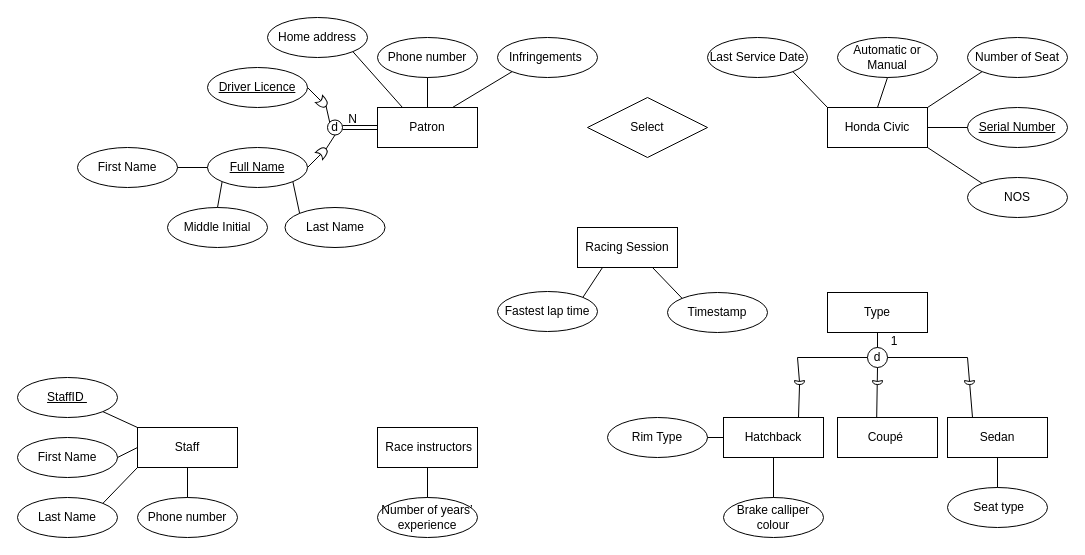
The draw.io diagram page "Page-3" (3 of 3) of Untitled Diagram.drawio in harry-sunhao/52pojie, before the edit. Source tidied: cells renumbered, new cells numbered last; positions are measured from the earlier drawing's top-left corner, leaving out a move shared by most shapes. Both pictures are drawn from the tidied source at 100%, with x=0, y=0 at pixel (17, 17).
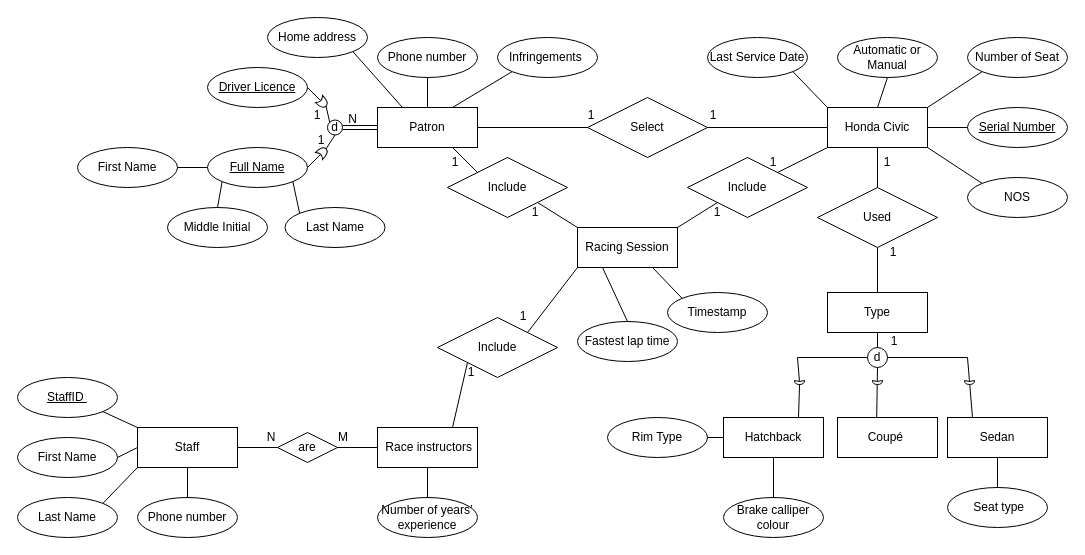
The same page after the edit.

Unchanged cells that the change refers to:
```xml
<mxCell id="2" value="Patron" style="whiteSpace=wrap;html=1;align=center;" parent="1" vertex="1">
  <mxGeometry x="360" y="90" width="100" height="40" as="geometry" />
</mxCell>
<mxCell id="20" value="Honda Civic" style="whiteSpace=wrap;html=1;align=center;" parent="1" vertex="1">
  <mxGeometry x="810" y="90" width="100" height="40" as="geometry" />
</mxCell>
<mxCell id="31" value="Type" style="whiteSpace=wrap;html=1;align=center;" parent="1" vertex="1">
  <mxGeometry x="810" y="275" width="100" height="40" as="geometry" />
</mxCell>
<mxCell id="51" value="Staff" style="whiteSpace=wrap;html=1;align=center;" parent="1" vertex="1">
  <mxGeometry x="120" y="410" width="100" height="40" as="geometry" />
</mxCell>
<mxCell id="66" value="&amp;nbsp;Race instructors" style="whiteSpace=wrap;html=1;align=center;" parent="1" vertex="1">
  <mxGeometry x="360" y="410" width="100" height="40" as="geometry" />
</mxCell>
<mxCell id="69" value="Racing Session" style="whiteSpace=wrap;html=1;align=center;" parent="1" vertex="1">
  <mxGeometry x="560" y="210" width="100" height="40" as="geometry" />
</mxCell>
<mxCell id="74" value="Select" style="shape=rhombus;perimeter=rhombusPerimeter;whiteSpace=wrap;html=1;align=center;" parent="1" vertex="1">
  <mxGeometry x="570" y="80" width="120" height="60" as="geometry" />
</mxCell>
```

Change to the diagram source:
```diff
@@
     <mxCell id="70" value="Fastest lap time" style="ellipse;whiteSpace=wrap;html=1;align=center;" parent="1" vertex="1">
-      <mxGeometry x="480" y="274" width="100" height="40" as="geometry" />
+      <mxGeometry x="560" y="304" width="100" height="40" as="geometry" />
     </mxCell>
@@
-    <mxCell id="73" style="endArrow=none;html=1;rounded=0;exitX=1;exitY=0;exitDx=0;exitDy=0;entryX=0.25;entryY=1;entryDx=0;entryDy=0;" parent="1" edge="1" source="70" target="69">
+    <mxCell id="73" style="endArrow=none;html=1;rounded=0;exitX=0.5;exitY=0;exitDx=0;exitDy=0;entryX=0.25;entryY=1;entryDx=0;entryDy=0;" parent="1" edge="1" source="70" target="69">
       <mxGeometry relative="1" as="geometry" />
     </mxCell>
@@
+    <mxCell id="75" style="endArrow=none;html=1;rounded=0;entryX=0;entryY=0.5;entryDx=0;entryDy=0;exitX=1;exitY=0.5;exitDx=0;exitDy=0;" parent="1" edge="1" source="2" target="74">
+      <mxGeometry relative="1" as="geometry" />
+    </mxCell>
+    <mxCell id="76" style="endArrow=none;html=1;rounded=0;entryX=0;entryY=0.5;entryDx=0;entryDy=0;exitX=1;exitY=0.5;exitDx=0;exitDy=0;" parent="1" edge="1" source="74" target="20">
+      <mxGeometry relative="1" as="geometry" />
+    </mxCell>
+    <mxCell id="77" value="Used" style="shape=rhombus;perimeter=rhombusPerimeter;whiteSpace=wrap;html=1;align=center;" parent="1" vertex="1">
+      <mxGeometry x="800" y="170" width="120" height="60" as="geometry" />
+    </mxCell>
+    <mxCell id="78" style="endArrow=none;html=1;rounded=0;entryX=0.5;entryY=0;entryDx=0;entryDy=0;exitX=0.5;exitY=1;exitDx=0;exitDy=0;" parent="1" edge="1" source="20" target="77">
+      <mxGeometry relative="1" as="geometry" />
+    </mxCell>
+    <mxCell id="79" style="endArrow=none;html=1;rounded=0;entryX=0.5;entryY=0;entryDx=0;entryDy=0;exitX=0.5;exitY=1;exitDx=0;exitDy=0;" parent="1" edge="1" source="77" target="31">
+      <mxGeometry relative="1" as="geometry" />
+    </mxCell>
+    <mxCell id="80" value="1" style="text;html=1;strokeColor=none;fillColor=none;align=center;verticalAlign=middle;whiteSpace=wrap;rounded=0;" parent="1" vertex="1">
+      <mxGeometry x="864" y="140" width="12" height="10" as="geometry" />
+    </mxCell>
+    <mxCell id="81" value="are" style="shape=rhombus;perimeter=rhombusPerimeter;whiteSpace=wrap;html=1;align=center;" parent="1" vertex="1">
+      <mxGeometry x="260" y="415" width="60" height="30" as="geometry" />
+    </mxCell>
+    <mxCell id="82" style="endArrow=none;html=1;rounded=0;entryX=0;entryY=0.5;entryDx=0;entryDy=0;exitX=1;exitY=0.5;exitDx=0;exitDy=0;" parent="1" edge="1" source="51" target="81">
+      <mxGeometry relative="1" as="geometry" />
+    </mxCell>
+    <mxCell id="83" style="endArrow=none;html=1;rounded=0;entryX=0;entryY=0.5;entryDx=0;entryDy=0;exitX=1;exitY=0.5;exitDx=0;exitDy=0;" parent="1" edge="1" source="81" target="66">
+      <mxGeometry relative="1" as="geometry" />
+    </mxCell>
+    <mxCell id="84" value="Include" style="shape=rhombus;perimeter=rhombusPerimeter;whiteSpace=wrap;html=1;align=center;" parent="1" vertex="1">
+      <mxGeometry x="420" y="300" width="120" height="60" as="geometry" />
+    </mxCell>
+    <mxCell id="85" value="Include" style="shape=rhombus;perimeter=rhombusPerimeter;whiteSpace=wrap;html=1;align=center;" parent="1" vertex="1">
+      <mxGeometry x="430" y="140" width="120" height="60" as="geometry" />
+    </mxCell>
+    <mxCell id="86" value="Include" style="shape=rhombus;perimeter=rhombusPerimeter;whiteSpace=wrap;html=1;align=center;" parent="1" vertex="1">
+      <mxGeometry x="670" y="140" width="120" height="60" as="geometry" />
+    </mxCell>
+    <mxCell id="87" style="endArrow=none;html=1;rounded=0;entryX=0;entryY=0;entryDx=0;entryDy=0;exitX=1;exitY=1;exitDx=0;exitDy=0;" parent="1" edge="1" source="85" target="69">
+      <mxGeometry relative="1" as="geometry" />
+    </mxCell>
+    <mxCell id="88" style="endArrow=none;html=1;rounded=0;entryX=0;entryY=0;entryDx=0;entryDy=0;exitX=0.75;exitY=1;exitDx=0;exitDy=0;" parent="1" edge="1" source="2" target="85">
+      <mxGeometry relative="1" as="geometry" />
+    </mxCell>
+    <mxCell id="89" style="endArrow=none;html=1;rounded=0;entryX=0.75;entryY=0;entryDx=0;entryDy=0;exitX=0;exitY=1;exitDx=0;exitDy=0;" parent="1" edge="1" source="84" target="66">
+      <mxGeometry relative="1" as="geometry" />
+    </mxCell>
+    <mxCell id="90" style="endArrow=none;html=1;rounded=0;entryX=0;entryY=1;entryDx=0;entryDy=0;exitX=1;exitY=0;exitDx=0;exitDy=0;" parent="1" edge="1" source="84" target="69">
+      <mxGeometry relative="1" as="geometry" />
+    </mxCell>
+    <mxCell id="91" style="endArrow=none;html=1;rounded=0;entryX=0;entryY=1;entryDx=0;entryDy=0;exitX=1;exitY=0;exitDx=0;exitDy=0;" parent="1" edge="1" source="69" target="86">
+      <mxGeometry relative="1" as="geometry" />
+    </mxCell>
+    <mxCell id="92" style="endArrow=none;html=1;rounded=0;entryX=0;entryY=1;entryDx=0;entryDy=0;exitX=1;exitY=0;exitDx=0;exitDy=0;" parent="1" edge="1" source="86" target="20">
+      <mxGeometry relative="1" as="geometry" />
+    </mxCell>
+    <mxCell id="93" value="1" style="text;html=1;strokeColor=none;fillColor=none;align=center;verticalAlign=middle;whiteSpace=wrap;rounded=0;" parent="1" vertex="1">
+      <mxGeometry x="870" y="230" width="12" height="10" as="geometry" />
+    </mxCell>
+    <mxCell id="94" value="1" style="text;html=1;strokeColor=none;fillColor=none;align=center;verticalAlign=middle;whiteSpace=wrap;rounded=0;" parent="1" vertex="1">
+      <mxGeometry x="750" y="140" width="12" height="10" as="geometry" />
+    </mxCell>
+    <mxCell id="95" value="1" style="text;html=1;strokeColor=none;fillColor=none;align=center;verticalAlign=middle;whiteSpace=wrap;rounded=0;" parent="1" vertex="1">
+      <mxGeometry x="694" y="190" width="12" height="10" as="geometry" />
+    </mxCell>
+    <mxCell id="96" value="1" style="text;html=1;strokeColor=none;fillColor=none;align=center;verticalAlign=middle;whiteSpace=wrap;rounded=0;" parent="1" vertex="1">
+      <mxGeometry x="690" y="92.5" width="12" height="10" as="geometry" />
+    </mxCell>
+    <mxCell id="97" value="1" style="text;html=1;strokeColor=none;fillColor=none;align=center;verticalAlign=middle;whiteSpace=wrap;rounded=0;" parent="1" vertex="1">
+      <mxGeometry x="568" y="92.5" width="12" height="10" as="geometry" />
+    </mxCell>
+    <mxCell id="98" value="1" style="text;html=1;strokeColor=none;fillColor=none;align=center;verticalAlign=middle;whiteSpace=wrap;rounded=0;" parent="1" vertex="1">
+      <mxGeometry x="294" y="92.5" width="12" height="10" as="geometry" />
+    </mxCell>
+    <mxCell id="99" value="1" style="text;html=1;strokeColor=none;fillColor=none;align=center;verticalAlign=middle;whiteSpace=wrap;rounded=0;" parent="1" vertex="1">
+      <mxGeometry x="298" y="117.5" width="12" height="10" as="geometry" />
+    </mxCell>
+    <mxCell id="100" value="1" style="text;html=1;strokeColor=none;fillColor=none;align=center;verticalAlign=middle;whiteSpace=wrap;rounded=0;" parent="1" vertex="1">
+      <mxGeometry x="500" y="294" width="12" height="10" as="geometry" />
+    </mxCell>
+    <mxCell id="101" value="1" style="text;html=1;strokeColor=none;fillColor=none;align=center;verticalAlign=middle;whiteSpace=wrap;rounded=0;" parent="1" vertex="1">
+      <mxGeometry x="448" y="350" width="12" height="10" as="geometry" />
+    </mxCell>
+    <mxCell id="102" value="1" style="text;html=1;strokeColor=none;fillColor=none;align=center;verticalAlign=middle;whiteSpace=wrap;rounded=0;" parent="1" vertex="1">
+      <mxGeometry x="512" y="190" width="12" height="10" as="geometry" />
+    </mxCell>
+    <mxCell id="103" value="1" style="text;html=1;strokeColor=none;fillColor=none;align=center;verticalAlign=middle;whiteSpace=wrap;rounded=0;" parent="1" vertex="1">
+      <mxGeometry x="432" y="140" width="12" height="10" as="geometry" />
+    </mxCell>
+    <mxCell id="104" value="N" style="text;html=1;strokeColor=none;fillColor=none;align=center;verticalAlign=middle;whiteSpace=wrap;rounded=0;" parent="1" vertex="1">
+      <mxGeometry x="248" y="415" width="12" height="10" as="geometry" />
+    </mxCell>
+    <mxCell id="105" value="M" style="text;html=1;strokeColor=none;fillColor=none;align=center;verticalAlign=middle;whiteSpace=wrap;rounded=0;" parent="1" vertex="1">
+      <mxGeometry x="320" y="415" width="12" height="10" as="geometry" />
+    </mxCell>
```
